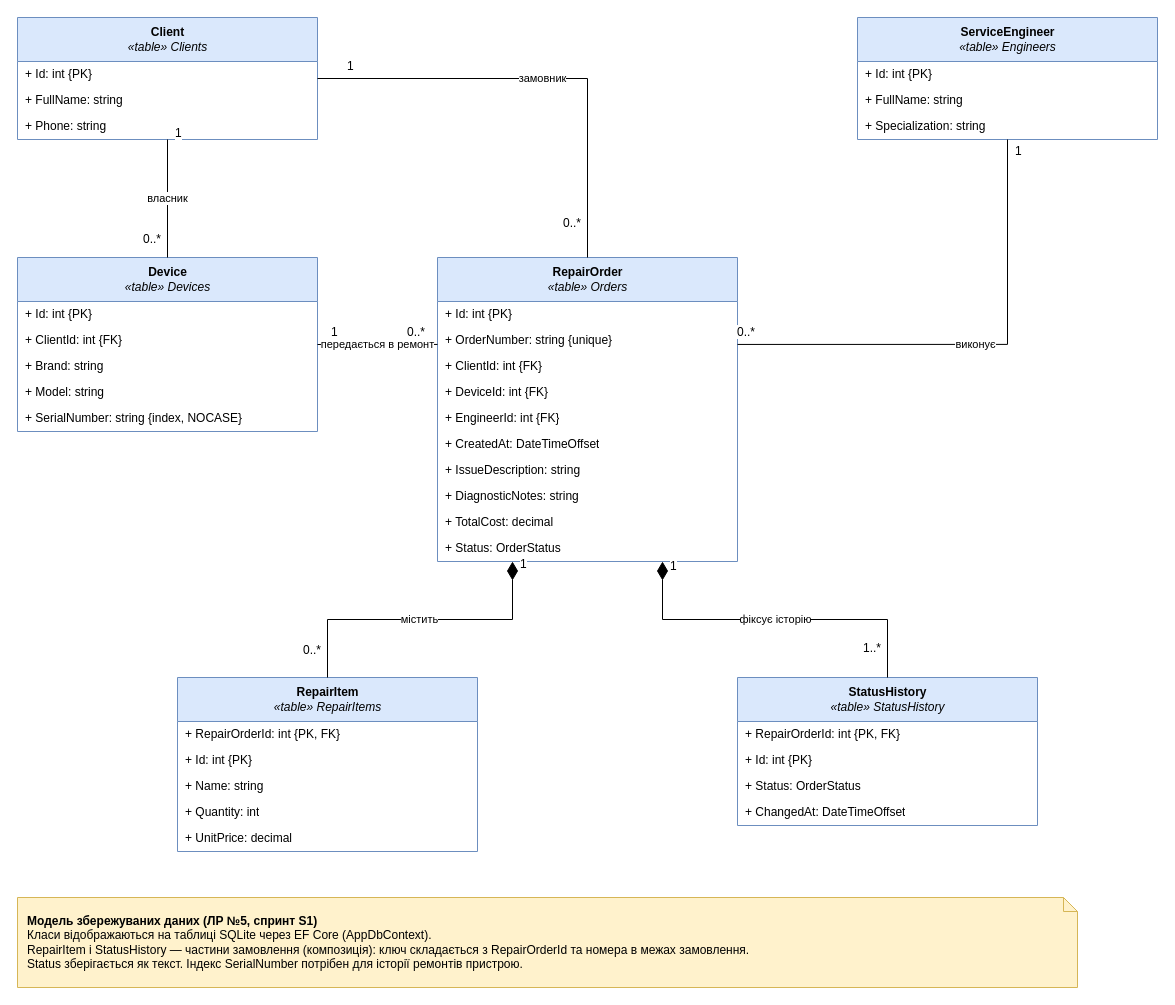
Earlier version of the draw.io diagram page "data-model" (4 of 4) of model/service-center.drawio (ferumshtern/service-center-accounting). Source tidied: cells renumbered, new cells numbered last; positions are measured from the earlier drawing's top-left corner, leaving out a move shared by most shapes. Both pictures are drawn from the tidied source at 100%, with x=0, y=0 at pixel (17, 17).
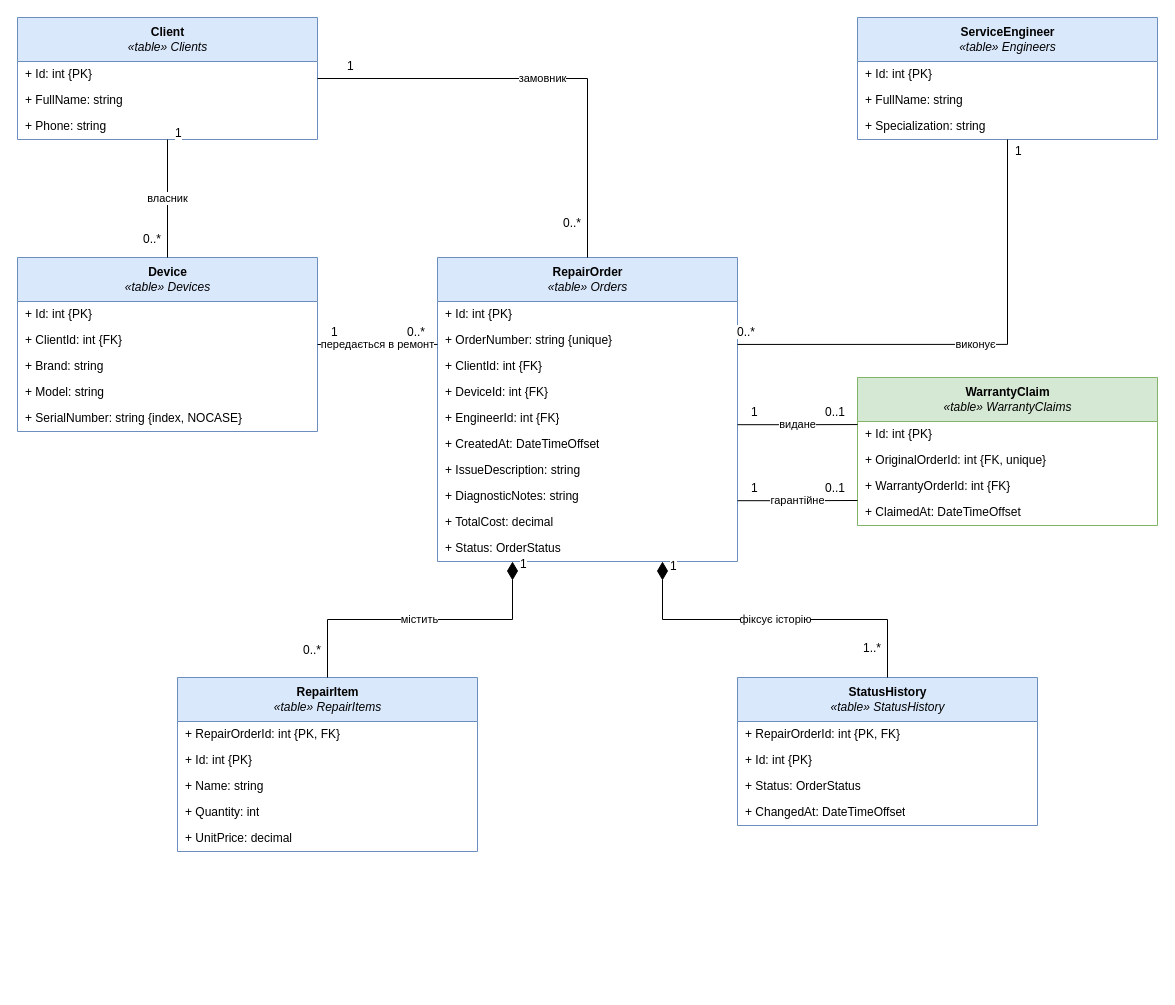
Above is the later version.

Unchanged cells that the change refers to:
```xml
<mxCell id="16" value="&lt;b&gt;RepairOrder&lt;/b&gt;&lt;br&gt;&lt;i&gt;«table» Orders&lt;/i&gt;" style="swimlane;fontStyle=0;horizontal=1;startSize=44;html=1;fillColor=#dae8fc;strokeColor=#6c8ebf;" parent="1" vertex="1">
  <mxGeometry x="420" y="240" width="300" height="304" as="geometry" />
</mxCell>
```

The edit, as a diff of the source:
```diff
@@
-    <mxCell id="56" value="&lt;b&gt;Модель збережуваних даних (ЛР №5, спринт S1)&lt;/b&gt;&lt;br&gt;Класи відображаються на таблиці SQLite через EF Core (AppDbContext).&lt;br&gt;RepairItem і StatusHistory — частини замовлення (композиція): ключ складається з RepairOrderId та номера в межах замовлення.&lt;br&gt;Status зберігається як текст. Індекс SerialNumber потрібен для історії ремонтів пристрою." style="shape=note;whiteSpace=wrap;html=1;align=left;spacingLeft=8;fillColor=#fff2cc;strokeColor=#d6b656;size=14;" parent="1" vertex="1">
-      <mxGeometry y="880" width="1060" height="90" as="geometry" />
-    </mxCell>
+    <mxCell id="57" value="&lt;b&gt;WarrantyClaim&lt;/b&gt;&lt;br&gt;&lt;i&gt;«table» WarrantyClaims&lt;/i&gt;" style="swimlane;fontStyle=0;horizontal=1;startSize=44;html=1;fillColor=#d5e8d4;strokeColor=#82b366;" parent="1" vertex="1">
+      <mxGeometry x="840" y="360" width="300" height="148" as="geometry" />
+    </mxCell>
+    <mxCell id="58" value="+ Id: int {PK}" style="text;strokeColor=none;fillColor=none;align=left;verticalAlign=middle;spacingLeft=6;spacingRight=4;overflow=hidden;html=1;" parent="57" vertex="1">
+      <mxGeometry y="44" width="300" height="26" as="geometry" />
+    </mxCell>
+    <mxCell id="59" value="+ OriginalOrderId: int {FK, unique}" style="text;strokeColor=none;fillColor=none;align=left;verticalAlign=middle;spacingLeft=6;spacingRight=4;overflow=hidden;html=1;" parent="57" vertex="1">
+      <mxGeometry y="70" width="300" height="26" as="geometry" />
+    </mxCell>
+    <mxCell id="60" value="+ WarrantyOrderId: int {FK}" style="text;strokeColor=none;fillColor=none;align=left;verticalAlign=middle;spacingLeft=6;spacingRight=4;overflow=hidden;html=1;" parent="57" vertex="1">
+      <mxGeometry y="96" width="300" height="26" as="geometry" />
+    </mxCell>
+    <mxCell id="61" value="+ ClaimedAt: DateTimeOffset" style="text;strokeColor=none;fillColor=none;align=left;verticalAlign=middle;spacingLeft=6;spacingRight=4;overflow=hidden;html=1;" parent="57" vertex="1">
+      <mxGeometry y="122" width="300" height="26" as="geometry" />
+    </mxCell>
+    <mxCell id="62" value="видане" style="endArrow=none;html=1;edgeStyle=orthogonalEdgeStyle;rounded=0;exitX=1;exitY=0.55;exitDx=0;exitDy=0;entryX=0;entryY=0.318;entryDx=0;entryDy=0;" parent="1" edge="1" source="16" target="57">
+      <mxGeometry relative="1" as="geometry" />
+    </mxCell>
+    <mxCell id="63" value="1" style="edgeLabel;html=1;fontSize=12;align=left;verticalAlign=bottom;" parent="62" vertex="1">
+      <mxGeometry x="-0.9" relative="1" as="geometry">
+        <mxPoint x="6" y="-4" as="offset" />
+      </mxGeometry>
+    </mxCell>
+    <mxCell id="64" value="0..1" style="edgeLabel;html=1;fontSize=12;align=right;verticalAlign=bottom;" parent="62" vertex="1">
+      <mxGeometry x="0.9" relative="1" as="geometry">
+        <mxPoint x="-6" y="-4" as="offset" />
+      </mxGeometry>
+    </mxCell>
+    <mxCell id="65" value="гарантійне" style="endArrow=none;html=1;edgeStyle=orthogonalEdgeStyle;rounded=0;exitX=1;exitY=0.8;exitDx=0;exitDy=0;entryX=0;entryY=0.831;entryDx=0;entryDy=0;" parent="1" edge="1" source="16" target="57">
+      <mxGeometry relative="1" as="geometry" />
+    </mxCell>
+    <mxCell id="66" value="1" style="edgeLabel;html=1;fontSize=12;align=left;verticalAlign=bottom;" parent="65" vertex="1">
+      <mxGeometry x="-0.9" relative="1" as="geometry">
+        <mxPoint x="6" y="-4" as="offset" />
+      </mxGeometry>
+    </mxCell>
+    <mxCell id="67" value="0..1" style="edgeLabel;html=1;fontSize=12;align=right;verticalAlign=bottom;" parent="65" vertex="1">
+      <mxGeometry x="0.9" relative="1" as="geometry">
+        <mxPoint x="-6" y="-4" as="offset" />
+      </mxGeometry>
+    </mxCell>
```
